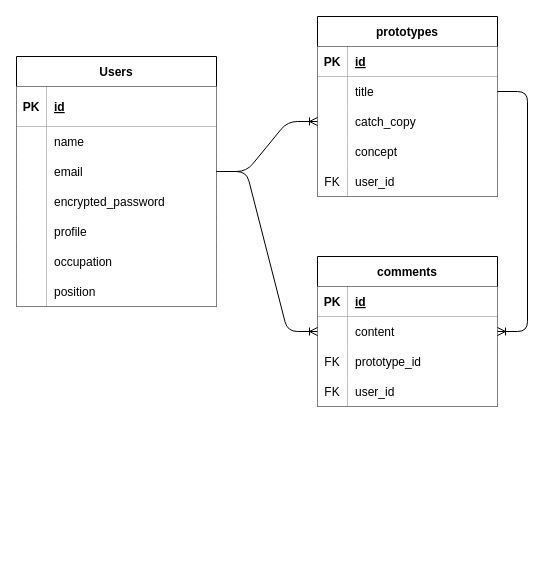
Earlier version of the draw.io diagram ER.dio (meg1208/protospace-fukui2021-Club_Dinosaur). Source tidied: cells renumbered, new cells numbered last; positions are measured from the earlier drawing's top-left corner, leaving out a move shared by most shapes. Both pictures are drawn from the tidied source at 100%, with x=0, y=0 at pixel (16, 16).
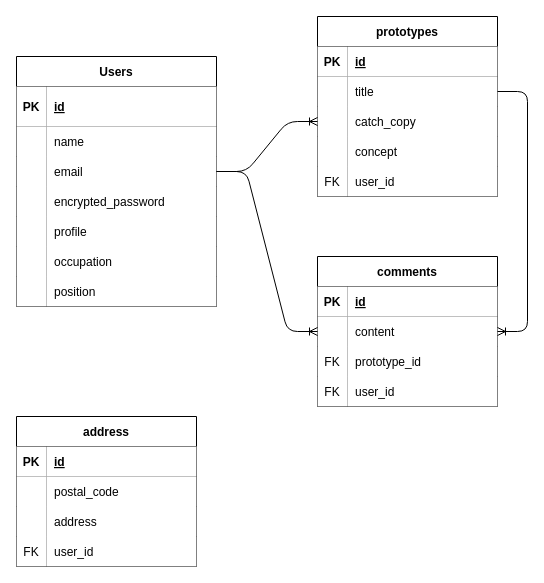
The same page after the edit.

Diff of the diagram source:
```diff
@@
+    <mxCell id="56" value="address" style="shape=table;startSize=30;childLayout=tableLayout;rowLines=0;fontStyle=1;align=center;" parent="1" vertex="1">
+      <mxGeometry y="400" width="180" height="150" as="geometry" />
+    </mxCell>
+    <mxCell id="57" style="shape=partialRectangle;fillColor=none;top=0;left=0;bottom=1;right=0;" parent="56" vertex="1">
+      <mxGeometry y="30" width="180" height="30" as="geometry" />
+    </mxCell>
+    <mxCell id="58" value="PK" style="shape=partialRectangle;top=0;left=0;bottom=0;right=0;fontStyle=1;overflow=hidden;" parent="57" vertex="1">
+      <mxGeometry width="30" height="30" as="geometry" />
+    </mxCell>
+    <mxCell id="59" value="id" style="shape=partialRectangle;top=0;left=0;bottom=0;right=0;align=left;spacingLeft=6;fontStyle=5;overflow=hidden;" parent="57" vertex="1">
+      <mxGeometry x="30" width="150" height="30" as="geometry" />
+    </mxCell>
+    <mxCell id="60" style="shape=partialRectangle;fillColor=none;top=0;left=0;bottom=0;right=0;" parent="56" vertex="1">
+      <mxGeometry y="60" width="180" height="30" as="geometry" />
+    </mxCell>
+    <mxCell id="61" style="shape=partialRectangle;top=0;left=0;bottom=0;right=0;overflow=hidden;" parent="60" vertex="1">
+      <mxGeometry width="30" height="30" as="geometry" />
+    </mxCell>
+    <mxCell id="62" value="postal_code" style="shape=partialRectangle;top=0;left=0;bottom=0;right=0;align=left;spacingLeft=6;overflow=hidden;" parent="60" vertex="1">
+      <mxGeometry x="30" width="150" height="30" as="geometry" />
+    </mxCell>
+    <mxCell id="63" style="shape=partialRectangle;fillColor=none;top=0;left=0;bottom=0;right=0;" parent="56" vertex="1">
+      <mxGeometry y="90" width="180" height="30" as="geometry" />
+    </mxCell>
+    <mxCell id="64" style="shape=partialRectangle;top=0;left=0;bottom=0;right=0;overflow=hidden;" parent="63" vertex="1">
+      <mxGeometry width="30" height="30" as="geometry" />
+    </mxCell>
+    <mxCell id="65" value="address" style="shape=partialRectangle;top=0;left=0;bottom=0;right=0;align=left;spacingLeft=6;overflow=hidden;" parent="63" vertex="1">
+      <mxGeometry x="30" width="150" height="30" as="geometry" />
+    </mxCell>
+    <mxCell id="66" style="shape=partialRectangle;fillColor=none;top=0;left=0;bottom=0;right=0;" parent="56" vertex="1">
+      <mxGeometry y="120" width="180" height="30" as="geometry" />
+    </mxCell>
+    <mxCell id="67" value="FK" style="shape=partialRectangle;top=0;left=0;bottom=0;right=0;overflow=hidden;" parent="66" vertex="1">
+      <mxGeometry width="30" height="30" as="geometry" />
+    </mxCell>
+    <mxCell id="68" value="user_id" style="shape=partialRectangle;top=0;left=0;bottom=0;right=0;align=left;spacingLeft=6;overflow=hidden;" parent="66" vertex="1">
+      <mxGeometry x="30" width="150" height="30" as="geometry" />
+    </mxCell>
```
